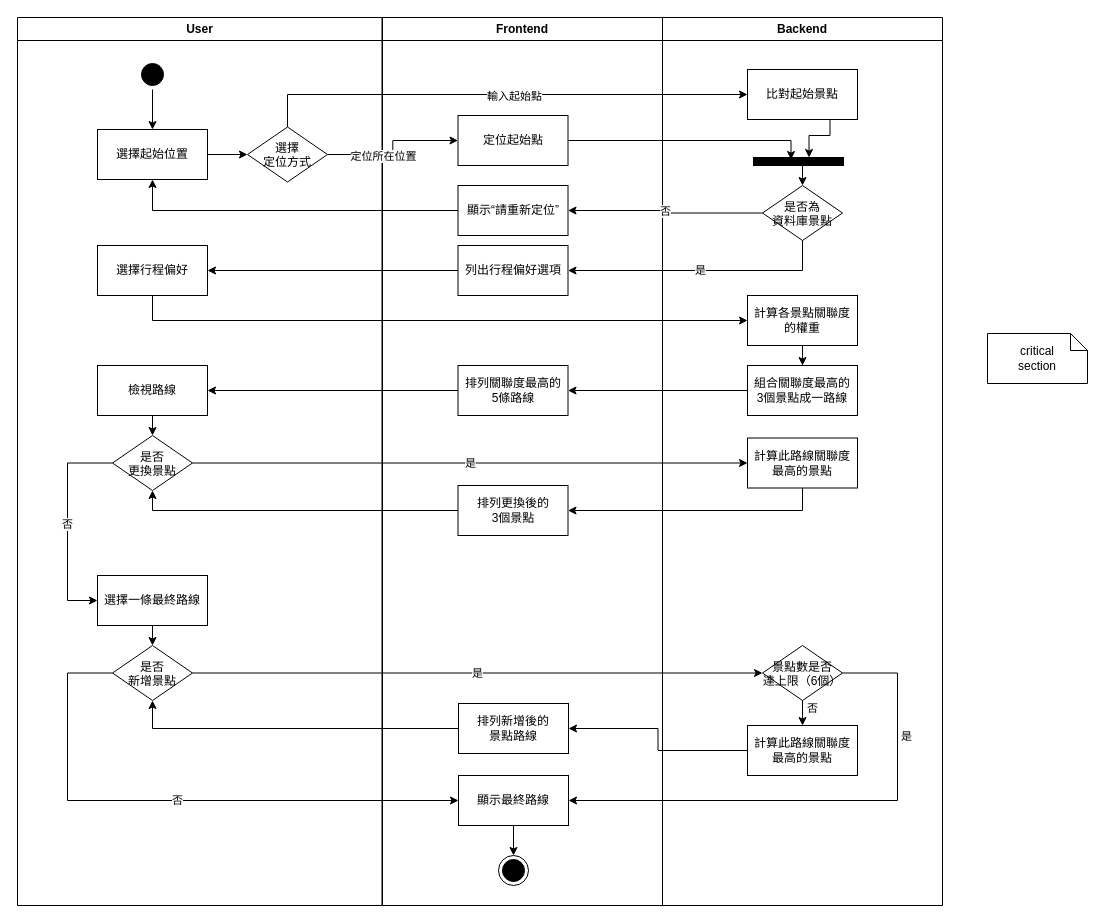
Above: ActivityDiagram.drawio in Niomoo/PeteBudaeJjigae (draw.io), before the change. Source tidied: cells renumbered, new cells numbered last; positions are measured from the earlier drawing's top-left corner, leaving out a move shared by most shapes. Both pictures are drawn from the tidied source at 100%, with x=0, y=0 at pixel (17, 17).
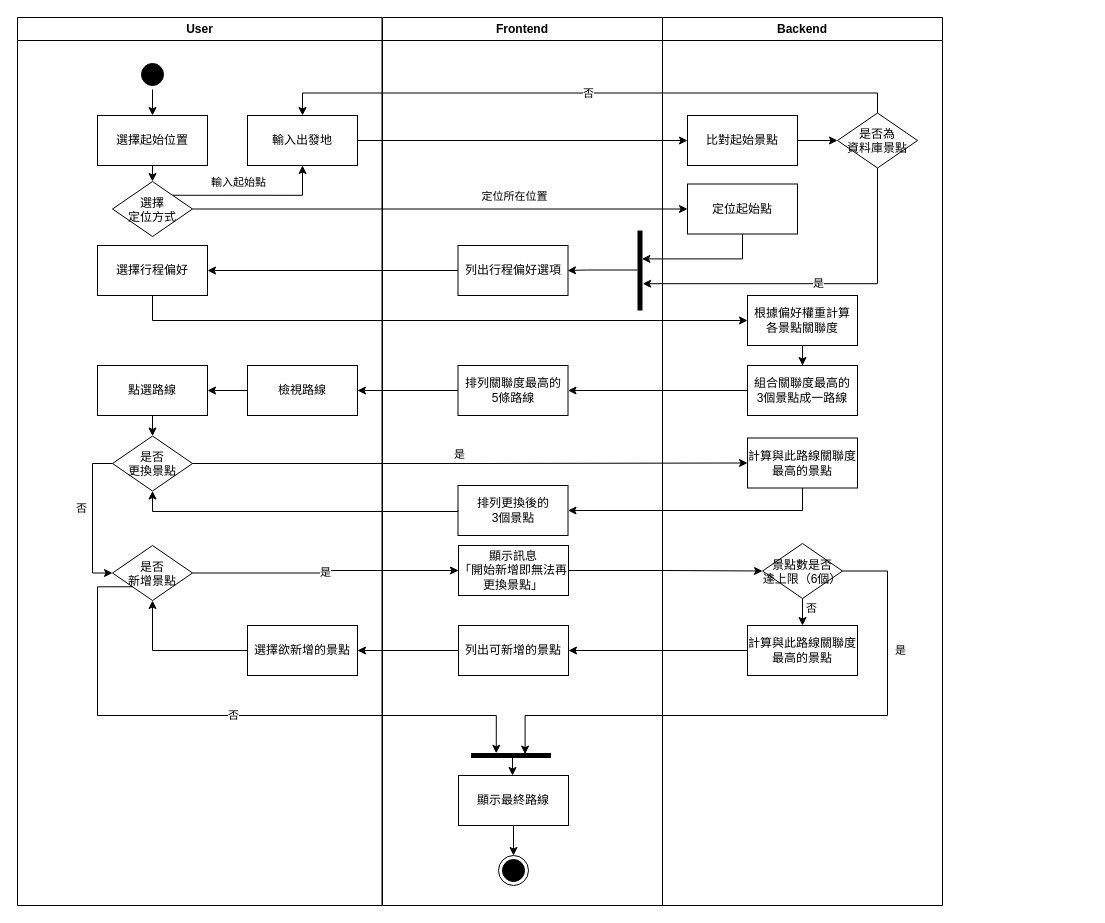
After the change.

The change refers to these unchanged cells:
```xml
<mxCell id="2" value="User" style="swimlane;whiteSpace=wrap;" parent="1" vertex="1">
  <mxGeometry width="364.5" height="888" as="geometry" />
</mxCell>
<mxCell id="16" value="Frontend" style="swimlane;whiteSpace=wrap;" parent="1" vertex="1">
  <mxGeometry x="365" width="280" height="888" as="geometry" />
</mxCell>
<mxCell id="18" value="列出行程偏好選項" style="rounded=0;whiteSpace=wrap;html=1;" parent="16" vertex="1">
  <mxGeometry x="75.5" y="228" width="110" height="50" as="geometry" />
</mxCell>
<mxCell id="21" value="排列更換後的&lt;br&gt;3個景點" style="rounded=0;whiteSpace=wrap;html=1;strokeColor=#000000;fillColor=#FFFFFF;" parent="16" vertex="1">
  <mxGeometry x="75.5" y="468" width="110" height="50" as="geometry" />
</mxCell>
<mxCell id="24" value="顯示最終路線" style="rounded=0;whiteSpace=wrap;html=1;strokeColor=#000000;fillColor=#FFFFFF;" parent="16" vertex="1">
  <mxGeometry x="76" y="758" width="110" height="50" as="geometry" />
</mxCell>
<mxCell id="26" value="Backend" style="swimlane;whiteSpace=wrap;" parent="1" vertex="1">
  <mxGeometry x="645" width="280" height="888" as="geometry" />
</mxCell>
```

Diff of the diagram source:
```diff
@@
-    <mxCell id="5" style="edgeStyle=orthogonalEdgeStyle;rounded=0;jettySize=auto;html=1;exitX=1;exitY=0.5;exitDx=0;exitDy=0;entryX=0;entryY=0.5;entryDx=0;entryDy=0;strokeColor=#000000;fillColor=#000000;" parent="2" edge="1" source="6" target="7">
+    <mxCell id="5" style="edgeStyle=orthogonalEdgeStyle;rounded=0;jettySize=auto;html=1;exitX=0.5;exitY=1;exitDx=0;exitDy=0;entryX=0.5;entryY=0;entryDx=0;entryDy=0;" parent="2" edge="1" source="6" target="7">
       <mxGeometry relative="1" as="geometry" />
     </mxCell>
     <mxCell id="6" value="選擇起始位置" style="rounded=0;whiteSpace=wrap;html=1;fillColor=#FFFFFF;" parent="2" vertex="1">
-      <mxGeometry x="80" y="112" width="110" height="50" as="geometry" />
+      <mxGeometry x="80" y="98" width="110" height="50" as="geometry" />
     </mxCell>
+    <mxCell id="62" style="edgeStyle=orthogonalEdgeStyle;rounded=0;jettySize=auto;html=1;exitX=1;exitY=0;exitDx=0;exitDy=0;entryX=0.5;entryY=1;entryDx=0;entryDy=0;" parent="2" edge="1" source="7" target="65">
+      <mxGeometry relative="1" as="geometry" />
+    </mxCell>
     <mxCell id="7" value="選擇&#10;定位方式" style="rhombus;fillColor=#FFFFFF;strokeColor=#000000;" parent="2" vertex="1">
-      <mxGeometry x="230" y="109.5" width="80" height="55" as="geometry" />
+      <mxGeometry x="95" y="164" width="80" height="55" as="geometry" />
     </mxCell>
@@
-    <mxCell id="9" style="edgeStyle=orthogonalEdgeStyle;rounded=0;jettySize=auto;html=1;exitX=0.5;exitY=1;exitDx=0;exitDy=0;entryX=0.5;entryY=0;entryDx=0;entryDy=0;strokeColor=#000000;fillColor=#000000;" parent="2" edge="1" source="10" target="11">
-      <mxGeometry relative="1" as="geometry" />
-    </mxCell>
+    <mxCell id="63" style="edgeStyle=orthogonalEdgeStyle;rounded=0;jettySize=auto;html=1;exitX=0;exitY=0.5;exitDx=0;exitDy=0;entryX=1;entryY=0.5;entryDx=0;entryDy=0;" parent="2" edge="1" source="10" target="67">
+      <mxGeometry relative="1" as="geometry" />
+    </mxCell>
     <mxCell id="10" value="檢視路線" style="rounded=0;whiteSpace=wrap;html=1;" parent="2" vertex="1">
-      <mxGeometry x="80" y="348" width="110" height="50" as="geometry" />
+      <mxGeometry x="230" y="348" width="110" height="50" as="geometry" />
     </mxCell>
+    <mxCell id="64" style="edgeStyle=orthogonalEdgeStyle;rounded=0;jettySize=auto;html=1;exitX=0;exitY=0.5;exitDx=0;exitDy=0;entryX=0;entryY=0.5;entryDx=0;entryDy=0;" parent="2" edge="1" source="11" target="15">
+      <mxGeometry relative="1" as="geometry">
+        <Array as="points">
+          <mxPoint x="75" y="446" />
+          <mxPoint x="75" y="556" />
+        </Array>
+      </mxGeometry>
+    </mxCell>
     <mxCell id="11" value="是否&#10;更換景點" style="rhombus;fillColor=#FFFFFF;strokeColor=#000000;" parent="2" vertex="1">
-      <mxGeometry x="95" y="418" width="80" height="55" as="geometry" />
+      <mxGeometry x="95" y="418.5" width="80" height="55" as="geometry" />
     </mxCell>
-    <mxCell id="12" style="edgeStyle=orthogonalEdgeStyle;rounded=0;jettySize=auto;html=1;exitX=0.5;exitY=1;exitDx=0;exitDy=0;entryX=0.5;entryY=0;entryDx=0;entryDy=0;" parent="2" edge="1" source="13" target="15">
-      <mxGeometry relative="1" as="geometry" />
-    </mxCell>
-    <mxCell id="13" value="選擇一條最終路線" style="rounded=0;whiteSpace=wrap;html=1;strokeColor=#000000;fillColor=#FFFFFF;" parent="2" vertex="1">
-      <mxGeometry x="80" y="558" width="110" height="50" as="geometry" />
-    </mxCell>
-    <mxCell id="14" value="否" style="edgeStyle=orthogonalEdgeStyle;rounded=0;jettySize=auto;html=1;entryX=0;entryY=0.5;entryDx=0;entryDy=0;strokeColor=#000000;fillColor=#000000;" parent="2" edge="1" source="11" target="13">
-      <mxGeometry relative="1" as="geometry">
-        <Array as="points">
-          <mxPoint x="50" y="446" />
-          <mxPoint x="50" y="583" />
-        </Array>
-      </mxGeometry>
-    </mxCell>
     <mxCell id="15" value="是否&#10;新增景點" style="rhombus;fillColor=#FFFFFF;strokeColor=#000000;" parent="2" vertex="1">
-      <mxGeometry x="95" y="628" width="80" height="55" as="geometry" />
+      <mxGeometry x="95" y="528" width="80" height="55" as="geometry" />
     </mxCell>
+    <mxCell id="65" value="輸入出發地" style="rounded=0;whiteSpace=wrap;html=1;" parent="2" vertex="1">
+      <mxGeometry x="230" y="98" width="110" height="50" as="geometry" />
+    </mxCell>
+    <mxCell id="44" value="輸入起始點" style="edgeLabel;html=1;align=center;verticalAlign=middle;" parent="2" vertex="1">
+      <mxGeometry x="220" y="164" as="geometry" />
+    </mxCell>
+    <mxCell id="66" style="edgeStyle=orthogonalEdgeStyle;rounded=0;jettySize=auto;html=1;exitX=0.5;exitY=1;exitDx=0;exitDy=0;entryX=0.5;entryY=0;entryDx=0;entryDy=0;" parent="2" edge="1" source="67" target="11">
+      <mxGeometry relative="1" as="geometry" />
+    </mxCell>
+    <mxCell id="67" value="點選路線" style="rounded=0;whiteSpace=wrap;html=1;" parent="2" vertex="1">
+      <mxGeometry x="80" y="348" width="110" height="50" as="geometry" />
+    </mxCell>
+    <mxCell id="68" style="edgeStyle=orthogonalEdgeStyle;rounded=0;jettySize=auto;html=1;exitX=0;exitY=0.5;exitDx=0;exitDy=0;entryX=0.5;entryY=1;entryDx=0;entryDy=0;" parent="2" edge="1" source="69" target="15">
+      <mxGeometry relative="1" as="geometry" />
+    </mxCell>
+    <mxCell id="69" value="選擇欲新增的景點" style="rounded=0;whiteSpace=wrap;html=1;strokeColor=#000000;fillColor=#FFFFFF;" parent="2" vertex="1">
+      <mxGeometry x="230" y="608" width="110" height="50" as="geometry" />
+    </mxCell>
@@
-    <mxCell id="17" value="定位起始點" style="rounded=0;whiteSpace=wrap;html=1;" parent="16" vertex="1">
-      <mxGeometry x="75.5" y="98" width="110" height="50" as="geometry" />
-    </mxCell>
@@
-    <mxCell id="19" value="顯示“請重新定位”" style="rounded=0;whiteSpace=wrap;html=1;" parent="16" vertex="1">
-      <mxGeometry x="75.5" y="168" width="110" height="50" as="geometry" />
-    </mxCell>
@@
-    <mxCell id="25" value="排列新增後的&lt;br&gt;景點路線" style="rounded=0;whiteSpace=wrap;html=1;strokeColor=#000000;fillColor=#FFFFFF;" parent="16" vertex="1">
-      <mxGeometry x="76" y="686" width="110" height="50" as="geometry" />
+    <mxCell id="25" value="列出可新增的景點" style="rounded=0;whiteSpace=wrap;html=1;strokeColor=#000000;fillColor=#FFFFFF;" parent="16" vertex="1">
+      <mxGeometry x="76" y="608" width="110" height="50" as="geometry" />
     </mxCell>
+    <mxCell id="42" value="定位所在位置" style="edgeLabel;html=1;align=center;verticalAlign=middle;" parent="16" vertex="1">
+      <mxGeometry x="131" y="178" as="geometry" />
+    </mxCell>
+    <mxCell id="70" style="html=1;points=[];perimeter=orthogonalPerimeter;fillColor=#000000;strokeColor=none;" parent="16" vertex="1">
+      <mxGeometry x="255" y="213" width="5" height="80" as="geometry" />
+    </mxCell>
+    <mxCell id="71" style="edgeStyle=orthogonalEdgeStyle;rounded=0;orthogonalLoop=1;jettySize=auto;html=1;exitX=0;exitY=0.5;exitDx=0;exitDy=0;strokeColor=#000000;fillColor=#000000;" parent="16" edge="1">
+      <mxGeometry relative="1" as="geometry">
+        <mxPoint x="255" y="252.5" as="sourcePoint" />
+        <mxPoint x="185" y="253" as="targetPoint" />
+        <Array as="points">
+          <mxPoint x="205" y="253" />
+          <mxPoint x="205" y="253" />
+        </Array>
+      </mxGeometry>
+    </mxCell>
+    <mxCell id="72" value="是" style="edgeLabel;html=1;align=center;verticalAlign=middle;" parent="16" vertex="1">
+      <mxGeometry x="76" y="436" as="geometry" />
+    </mxCell>
+    <mxCell id="73" value="顯示訊息&lt;br&gt;「開始新增即無法再更換景點」" style="rounded=0;whiteSpace=wrap;html=1;strokeColor=#000000;fillColor=#FFFFFF;" parent="16" vertex="1">
+      <mxGeometry x="76" y="528" width="110" height="50" as="geometry" />
+    </mxCell>
+    <mxCell id="74" style="html=1;points=[];perimeter=orthogonalPerimeter;fillColor=#000000;strokeColor=none;rotation=-90;" parent="16" vertex="1">
+      <mxGeometry x="126" y="698" width="5" height="80" as="geometry" />
+    </mxCell>
+    <mxCell id="75" style="edgeStyle=orthogonalEdgeStyle;rounded=0;orthogonalLoop=1;jettySize=auto;html=1;strokeColor=#000000;fillColor=#000000;" parent="16" edge="1">
+      <mxGeometry relative="1" as="geometry">
+        <mxPoint x="130" y="738" as="sourcePoint" />
+        <mxPoint x="130" y="758" as="targetPoint" />
+      </mxGeometry>
+    </mxCell>
@@
-    <mxCell id="27" style="edgeStyle=orthogonalEdgeStyle;rounded=0;jettySize=auto;html=1;exitX=0.75;exitY=1;exitDx=0;exitDy=0;entryX=0.617;entryY=0;entryDx=0;entryDy=0;entryPerimeter=0;strokeColor=#000000;fillColor=#000000;" parent="26" edge="1" source="28" target="30">
-      <mxGeometry relative="1" as="geometry">
-        <Array as="points">
-          <mxPoint x="168" y="118" />
-          <mxPoint x="146" y="118" />
-        </Array>
-      </mxGeometry>
-    </mxCell>
-    <mxCell id="28" value="比對起始景點" style="rounded=0;whiteSpace=wrap;html=1;" parent="26" vertex="1">
-      <mxGeometry x="85" y="52" width="110" height="50" as="geometry" />
-    </mxCell>
-    <mxCell id="29" style="edgeStyle=orthogonalEdgeStyle;rounded=0;jettySize=auto;html=1;exitX=0.5;exitY=1;exitDx=0;exitDy=0;entryX=0.5;entryY=0;entryDx=0;entryDy=0;strokeColor=#000000;fillColor=#000000;" parent="26" edge="1" source="30" target="31">
-      <mxGeometry relative="1" as="geometry" />
-    </mxCell>
-    <mxCell id="30" style="whiteSpace=wrap;fillColor=#000000;" parent="26" vertex="1">
-      <mxGeometry x="91" y="140" width="90" height="8" as="geometry" />
-    </mxCell>
     <mxCell id="31" value="是否為&#10;資料庫景點" style="rhombus;fillColor=#FFFFFF;strokeColor=#000000;" parent="26" vertex="1">
-      <mxGeometry x="100" y="168" width="80" height="55" as="geometry" />
+      <mxGeometry x="175" y="95.5" width="80" height="55" as="geometry" />
     </mxCell>
-    <mxCell id="32" value="計算各景點關聯度&lt;br&gt;的權重" style="rounded=0;whiteSpace=wrap;html=1;" parent="26" vertex="1">
+    <mxCell id="32" value="根據偏好權重計算&lt;br&gt;各景點關聯度" style="rounded=0;whiteSpace=wrap;html=1;" parent="26" vertex="1">
       <mxGeometry x="85" y="278" width="110" height="50" as="geometry" />
     </mxCell>
@@
-    <mxCell id="35" value="計算此路線關聯度&lt;br&gt;最高的景點" style="rounded=0;whiteSpace=wrap;html=1;strokeColor=#000000;fillColor=#FFFFFF;" parent="26" vertex="1">
+    <mxCell id="35" value="計算與此路線關聯度最高的景點" style="rounded=0;whiteSpace=wrap;html=1;strokeColor=#000000;fillColor=#FFFFFF;" parent="26" vertex="1">
       <mxGeometry x="85" y="420.5" width="110" height="50" as="geometry" />
     </mxCell>
-    <mxCell id="36" value="計算此路線關聯度&lt;br&gt;最高的景點" style="rounded=0;whiteSpace=wrap;html=1;strokeColor=#000000;fillColor=#FFFFFF;" parent="26" vertex="1">
-      <mxGeometry x="85" y="708" width="110" height="50" as="geometry" />
+    <mxCell id="36" value="計算與此路線關聯度&lt;br&gt;最高的景點" style="rounded=0;whiteSpace=wrap;html=1;strokeColor=#000000;fillColor=#FFFFFF;" parent="26" vertex="1">
+      <mxGeometry x="85" y="608" width="110" height="50" as="geometry" />
     </mxCell>
@@
     <mxCell id="38" value="景點數是否&#10;達上限（6個）" style="rhombus;fillColor=#FFFFFF;strokeColor=#000000;" parent="26" vertex="1">
-      <mxGeometry x="100" y="628" width="80" height="55" as="geometry" />
+      <mxGeometry x="100" y="526" width="80" height="55" as="geometry" />
     </mxCell>
     <mxCell id="39" value="否" style="edgeLabel;html=1;align=center;verticalAlign=middle;" parent="26" vertex="1">
-      <mxGeometry x="149" y="690" as="geometry" />
+      <mxGeometry x="146" y="706" as="geometry">
+        <mxPoint x="2" y="-116" as="offset" />
+      </mxGeometry>
     </mxCell>
-    <mxCell id="40" style="edgeStyle=orthogonalEdgeStyle;rounded=0;jettySize=auto;html=1;exitX=1;exitY=0.5;exitDx=0;exitDy=0;strokeColor=#000000;entryX=0.417;entryY=0.25;entryDx=0;entryDy=0;entryPerimeter=0;" parent="1" edge="1" source="17" target="30">
-      <mxGeometry relative="1" as="geometry">
-        <Array as="points">
-          <mxPoint x="773" y="123" />
-        </Array>
-      </mxGeometry>
-    </mxCell>
-    <mxCell id="41" style="edgeStyle=orthogonalEdgeStyle;rounded=0;jettySize=auto;html=1;exitX=1;exitY=0.5;exitDx=0;exitDy=0;entryX=0;entryY=0.5;entryDx=0;entryDy=0;strokeColor=#000000;fillColor=#000000;" parent="1" edge="1" source="7" target="17">
-      <mxGeometry relative="1" as="geometry" />
-    </mxCell>
-    <mxCell id="42" value="定位所在位置" style="edgeLabel;html=1;align=center;verticalAlign=middle;" parent="41" vertex="1">
-      <mxGeometry x="-0.24" y="-1" relative="1" as="geometry" />
-    </mxCell>
-    <mxCell id="43" style="edgeStyle=orthogonalEdgeStyle;rounded=0;jettySize=auto;html=1;exitX=0.5;exitY=0;exitDx=0;exitDy=0;strokeColor=#000000;fillColor=#000000;entryX=0;entryY=0.5;entryDx=0;entryDy=0;" parent="1" edge="1" source="7" target="28">
-      <mxGeometry relative="1" as="geometry" />
-    </mxCell>
-    <mxCell id="44" value="輸入起始點" style="edgeLabel;html=1;align=center;verticalAlign=middle;" parent="43" vertex="1">
-      <mxGeometry x="0.05" y="-1" relative="1" as="geometry" />
-    </mxCell>
+    <mxCell id="76" style="edgeStyle=orthogonalEdgeStyle;rounded=0;jettySize=auto;html=1;exitX=1;exitY=0.5;exitDx=0;exitDy=0;entryX=0;entryY=0.5;entryDx=0;entryDy=0;" parent="26" edge="1" source="28" target="31">
+      <mxGeometry relative="1" as="geometry" />
+    </mxCell>
+    <mxCell id="28" value="比對起始景點" style="rounded=0;whiteSpace=wrap;html=1;" parent="26" vertex="1">
+      <mxGeometry x="25" y="98" width="110" height="50" as="geometry" />
+    </mxCell>
+    <mxCell id="17" value="定位起始點" style="rounded=0;whiteSpace=wrap;html=1;" parent="26" vertex="1">
+      <mxGeometry x="25" y="166.5" width="110" height="50" as="geometry" />
+    </mxCell>
+    <mxCell id="77" value="是" style="edgeLabel;html=1;align=center;verticalAlign=middle;" parent="26" vertex="1">
+      <mxGeometry x="235" y="748" as="geometry">
+        <mxPoint x="2" y="-116" as="offset" />
+      </mxGeometry>
+    </mxCell>
-    <mxCell id="45" value="否" style="edgeStyle=orthogonalEdgeStyle;rounded=0;jettySize=auto;html=1;exitX=0;exitY=0.5;exitDx=0;exitDy=0;entryX=1;entryY=0.5;entryDx=0;entryDy=0;strokeColor=#000000;fillColor=#000000;" parent="1" edge="1" source="31" target="19">
+    <mxCell id="45" value="否" style="edgeStyle=orthogonalEdgeStyle;rounded=0;jettySize=auto;html=1;exitX=0.5;exitY=0;exitDx=0;exitDy=0;entryX=0.5;entryY=0;entryDx=0;entryDy=0;strokeColor=#000000;fillColor=#000000;" parent="1" edge="1" source="31" target="65">
       <mxGeometry relative="1" as="geometry" />
     </mxCell>
-    <mxCell id="46" value="是" style="edgeStyle=orthogonalEdgeStyle;rounded=0;jettySize=auto;html=1;exitX=0.5;exitY=1;exitDx=0;exitDy=0;entryX=1;entryY=0.5;entryDx=0;entryDy=0;strokeColor=#000000;fillColor=#000000;" parent="1" edge="1" source="31" target="18">
-      <mxGeometry relative="1" as="geometry" />
-    </mxCell>
@@
-    <mxCell id="48" style="edgeStyle=orthogonalEdgeStyle;rounded=0;jettySize=auto;html=1;exitX=0;exitY=0.5;exitDx=0;exitDy=0;entryX=0.5;entryY=1;entryDx=0;entryDy=0;strokeColor=#000000;fillColor=#000000;" parent="1" edge="1" source="19" target="6">
-      <mxGeometry relative="1" as="geometry" />
-    </mxCell>
@@
-    <mxCell id="51" value="critical&#10;section" style="shape=note;whiteSpace=wrap;size=17;" parent="1" vertex="1">
-      <mxGeometry x="970" y="316" width="100" height="50" as="geometry" />
-    </mxCell>
@@
+    <mxCell id="54" style="edgeStyle=orthogonalEdgeStyle;rounded=0;jettySize=auto;html=1;exitX=0.5;exitY=1;exitDx=0;exitDy=0;strokeColor=#000000;fillColor=#000000;entryX=1;entryY=0.5;entryDx=0;entryDy=0;" parent="1" edge="1" source="35" target="21">
+      <mxGeometry relative="1" as="geometry" />
+    </mxCell>
+    <mxCell id="56" value="是" style="edgeStyle=orthogonalEdgeStyle;rounded=0;jettySize=auto;html=1;exitX=1;exitY=0.5;exitDx=0;exitDy=0;strokeColor=#000000;fillColor=#000000;entryX=0;entryY=0.5;entryDx=0;entryDy=0;" parent="1" edge="1" source="15" target="73">
+      <mxGeometry relative="1" as="geometry" />
+    </mxCell>
+    <mxCell id="58" value="否" style="edgeStyle=orthogonalEdgeStyle;rounded=0;jettySize=auto;html=1;entryX=0.94;entryY=0.316;entryDx=0;entryDy=0;strokeColor=#000000;fillColor=#000000;exitX=0;exitY=1;exitDx=0;exitDy=0;entryPerimeter=0;" parent="1" edge="1" source="15" target="74">
+      <mxGeometry relative="1" as="geometry">
+        <Array as="points">
+          <mxPoint x="80" y="569" />
+          <mxPoint x="80" y="698" />
+          <mxPoint x="479" y="698" />
+        </Array>
+      </mxGeometry>
+    </mxCell>
+    <mxCell id="60" style="edgeStyle=orthogonalEdgeStyle;rounded=0;jettySize=auto;html=1;exitX=0;exitY=0.5;exitDx=0;exitDy=0;entryX=1;entryY=0.5;entryDx=0;entryDy=0;" parent="1" edge="1" source="36" target="25">
+      <mxGeometry relative="1" as="geometry" />
+    </mxCell>
+    <mxCell id="78" style="edgeStyle=orthogonalEdgeStyle;rounded=0;jettySize=auto;html=1;exitX=1;exitY=0.5;exitDx=0;exitDy=0;entryX=0;entryY=0.5;entryDx=0;entryDy=0;" parent="1" edge="1" source="65" target="28">
+      <mxGeometry relative="1" as="geometry" />
+    </mxCell>
+    <mxCell id="41" style="edgeStyle=orthogonalEdgeStyle;rounded=0;jettySize=auto;html=1;exitX=1;exitY=0.5;exitDx=0;exitDy=0;entryX=0;entryY=0.5;entryDx=0;entryDy=0;" parent="1" edge="1" source="7" target="17">
+      <mxGeometry relative="1" as="geometry" />
+    </mxCell>
+    <mxCell id="79" style="edgeStyle=orthogonalEdgeStyle;rounded=0;jettySize=auto;html=1;exitX=0.5;exitY=1;exitDx=0;exitDy=0;entryX=0.88;entryY=0.355;entryDx=0;entryDy=0;entryPerimeter=0;" parent="1" edge="1" source="17" target="70">
+      <mxGeometry relative="1" as="geometry" />
+    </mxCell>
+    <mxCell id="80" value="是" style="edgeStyle=orthogonalEdgeStyle;rounded=0;jettySize=auto;html=1;strokeColor=#000000;fillColor=#000000;entryX=1.04;entryY=0.715;entryDx=0;entryDy=0;entryPerimeter=0;exitX=0.5;exitY=1;exitDx=0;exitDy=0;" parent="1" edge="1" source="31">
+      <mxGeometry relative="1" as="geometry">
+        <mxPoint x="625.2" y="266.2" as="targetPoint" />
+        <Array as="points">
+          <mxPoint x="860" y="266" />
+        </Array>
+      </mxGeometry>
+    </mxCell>
-    <mxCell id="53" value="是" style="edgeStyle=orthogonalEdgeStyle;rounded=0;jettySize=auto;html=1;exitX=1;exitY=0.5;exitDx=0;exitDy=0;strokeColor=#000000;fillColor=#000000;entryX=0;entryY=0.5;entryDx=0;entryDy=0;" parent="1" edge="1" source="11" target="35">
+    <mxCell id="53" style="edgeStyle=orthogonalEdgeStyle;rounded=0;jettySize=auto;html=1;exitX=1;exitY=0.5;exitDx=0;exitDy=0;" parent="1" edge="1" source="11" target="35">
       <mxGeometry relative="1" as="geometry" />
     </mxCell>
-    <mxCell id="54" style="edgeStyle=orthogonalEdgeStyle;rounded=0;jettySize=auto;html=1;exitX=0.5;exitY=1;exitDx=0;exitDy=0;strokeColor=#000000;fillColor=#000000;entryX=1;entryY=0.5;entryDx=0;entryDy=0;" parent="1" edge="1" source="35" target="21">
-      <mxGeometry relative="1" as="geometry" />
-    </mxCell>
-    <mxCell id="55" style="edgeStyle=orthogonalEdgeStyle;rounded=0;jettySize=auto;html=1;strokeColor=#000000;fillColor=#000000;entryX=0.5;entryY=1;entryDx=0;entryDy=0;" parent="1" edge="1" source="21" target="11">
-      <mxGeometry relative="1" as="geometry" />
+    <mxCell id="55" style="edgeStyle=orthogonalEdgeStyle;rounded=0;jettySize=auto;html=1;exitX=0;exitY=0.5;exitDx=0;exitDy=0;entryX=0.5;entryY=1;entryDx=0;entryDy=0;" parent="1" edge="1" source="21" target="11">
+      <mxGeometry relative="1" as="geometry">
+        <Array as="points">
+          <mxPoint x="441" y="494" />
+          <mxPoint x="135" y="494" />
+        </Array>
+      </mxGeometry>
     </mxCell>
-    <mxCell id="56" value="是" style="edgeStyle=orthogonalEdgeStyle;rounded=0;jettySize=auto;html=1;exitX=1;exitY=0.5;exitDx=0;exitDy=0;strokeColor=#000000;fillColor=#000000;entryX=0;entryY=0.5;entryDx=0;entryDy=0;" parent="1" edge="1" source="15" target="38">
-      <mxGeometry relative="1" as="geometry" />
-    </mxCell>
-    <mxCell id="57" style="edgeStyle=orthogonalEdgeStyle;rounded=0;jettySize=auto;html=1;exitX=0;exitY=0.5;exitDx=0;exitDy=0;entryX=0.5;entryY=1;entryDx=0;entryDy=0;" parent="1" edge="1" source="25" target="15">
-      <mxGeometry relative="1" as="geometry" />
-    </mxCell>
-    <mxCell id="58" value="否" style="edgeStyle=orthogonalEdgeStyle;rounded=0;jettySize=auto;html=1;entryX=0;entryY=0.5;entryDx=0;entryDy=0;strokeColor=#000000;fillColor=#000000;exitX=0;exitY=0.5;exitDx=0;exitDy=0;" parent="1" edge="1" source="15" target="24">
-      <mxGeometry relative="1" as="geometry">
-        <Array as="points">
-          <mxPoint x="50" y="656" />
-          <mxPoint x="50" y="783" />
-        </Array>
-      </mxGeometry>
-    </mxCell>
-    <mxCell id="59" style="edgeStyle=orthogonalEdgeStyle;rounded=0;jettySize=auto;html=1;exitX=1;exitY=0.5;exitDx=0;exitDy=0;entryX=1;entryY=0.5;entryDx=0;entryDy=0;" parent="1" edge="1" source="38" target="24">
-      <mxGeometry relative="1" as="geometry">
-        <Array as="points">
-          <mxPoint x="880" y="656" />
-          <mxPoint x="880" y="783" />
-        </Array>
-      </mxGeometry>
-    </mxCell>
-    <mxCell id="60" style="edgeStyle=orthogonalEdgeStyle;rounded=0;jettySize=auto;html=1;exitX=0;exitY=0.5;exitDx=0;exitDy=0;entryX=1;entryY=0.5;entryDx=0;entryDy=0;" parent="1" edge="1" source="36" target="25">
-      <mxGeometry relative="1" as="geometry" />
-    </mxCell>
-    <mxCell id="61" value="是" style="edgeLabel;html=1;align=center;verticalAlign=middle;" parent="1" vertex="1">
-      <mxGeometry x="808" y="700" as="geometry">
-        <mxPoint x="80" y="18" as="offset" />
-      </mxGeometry>
-    </mxCell>
+    <mxCell id="14" value="否" style="edgeLabel;html=1;align=center;verticalAlign=middle;" parent="1" vertex="1">
+      <mxGeometry x="456" y="454" as="geometry">
+        <mxPoint x="-393" y="36" as="offset" />
+      </mxGeometry>
+    </mxCell>
+    <mxCell id="81" style="edgeStyle=orthogonalEdgeStyle;rounded=0;jettySize=auto;html=1;exitX=1;exitY=0.5;exitDx=0;exitDy=0;entryX=0;entryY=0.5;entryDx=0;entryDy=0;" parent="1" edge="1" source="73" target="38">
+      <mxGeometry relative="1" as="geometry" />
+    </mxCell>
+    <mxCell id="82" style="edgeStyle=orthogonalEdgeStyle;rounded=0;jettySize=auto;html=1;exitX=0;exitY=0.5;exitDx=0;exitDy=0;entryX=1;entryY=0.5;entryDx=0;entryDy=0;" parent="1" edge="1" source="25" target="69">
+      <mxGeometry relative="1" as="geometry" />
+    </mxCell>
+    <mxCell id="83" style="edgeStyle=orthogonalEdgeStyle;rounded=0;jettySize=auto;html=1;exitX=1;exitY=0.5;exitDx=0;exitDy=0;entryX=0.78;entryY=0.676;entryDx=0;entryDy=0;entryPerimeter=0;" parent="1" edge="1" source="38" target="74">
+      <mxGeometry relative="1" as="geometry">
+        <Array as="points">
+          <mxPoint x="870" y="554" />
+          <mxPoint x="870" y="698" />
+          <mxPoint x="508" y="698" />
+        </Array>
+      </mxGeometry>
+    </mxCell>
```
